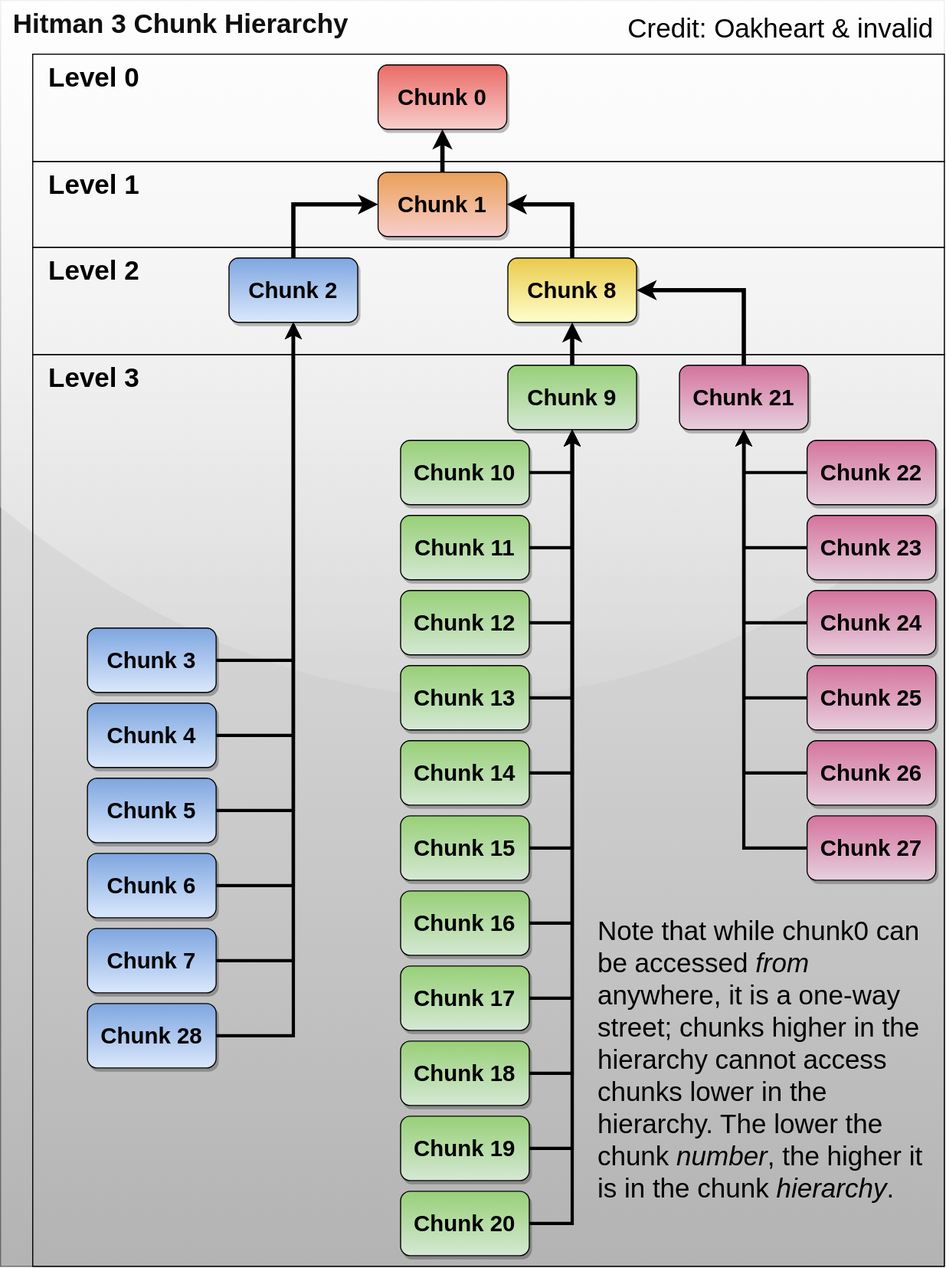
Above: static/media/chunkdata/chunk_data_diagram.svg in glacier-modding/glaciermodding.org (draw.io), before the change. Source tidied: cells renumbered, new cells last; positions are measured from the earlier drawing's top-left corner, leaving out a move shared by most shapes.
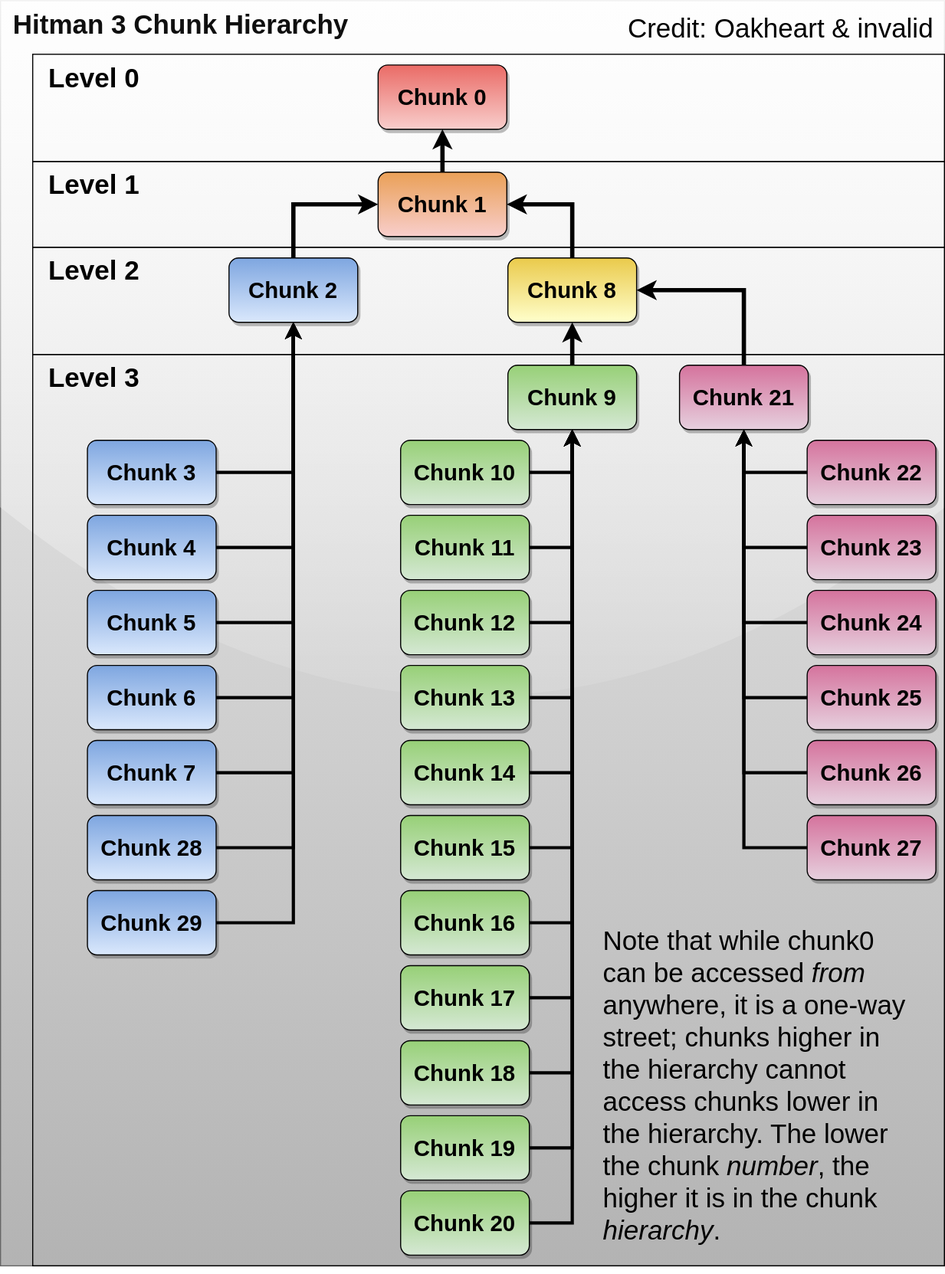
After the change.

Commit message:
add chunk29 to chunk data

The edit, as a diff of the source:
```diff
@@ -48,31 +48,31 @@
       <mxGeometry relative="1" as="geometry" />
     </mxCell>
     <mxCell id="17" value="&lt;div style=&quot;font-size: 21px;&quot;&gt;Chunk 7&lt;br style=&quot;font-size: 21px;&quot;&gt;&lt;/div&gt;" style="rounded=1;whiteSpace=wrap;html=1;flipH=0;flipV=1;fontStyle=1;fontSize=21;shadow=1;fillColor=#dae8fc;gradientColor=#7ea6e0;strokeColor=#000000;" parent="1" vertex="1">
-      <mxGeometry x="81" y="865" width="120" height="60" as="geometry" />
+      <mxGeometry x="81" y="690" width="120" height="60" as="geometry" />
     </mxCell>
     <mxCell id="18" style="edgeStyle=orthogonalEdgeStyle;rounded=0;jettySize=auto;html=1;entryX=0.5;entryY=1;entryDx=0;entryDy=0;strokeWidth=3;" parent="1" edge="1" source="19" target="15">
       <mxGeometry relative="1" as="geometry" />
     </mxCell>
     <mxCell id="19" value="&lt;div style=&quot;font-size: 21px;&quot;&gt;Chunk 6&lt;br style=&quot;font-size: 21px;&quot;&gt;&lt;/div&gt;" style="rounded=1;whiteSpace=wrap;html=1;flipH=0;flipV=1;fontStyle=1;fontSize=21;shadow=1;fillColor=#dae8fc;gradientColor=#7ea6e0;strokeColor=#000000;" parent="1" vertex="1">
-      <mxGeometry x="81" y="795" width="120" height="60" as="geometry" />
+      <mxGeometry x="81" y="620" width="120" height="60" as="geometry" />
     </mxCell>
     <mxCell id="20" style="edgeStyle=orthogonalEdgeStyle;rounded=0;jettySize=auto;html=1;entryX=0.5;entryY=1;entryDx=0;entryDy=0;strokeWidth=3;" parent="1" edge="1" source="21" target="15">
       <mxGeometry relative="1" as="geometry" />
     </mxCell>
     <mxCell id="21" value="&lt;div style=&quot;font-size: 21px;&quot;&gt;Chunk 5&lt;br style=&quot;font-size: 21px;&quot;&gt;&lt;/div&gt;" style="rounded=1;whiteSpace=wrap;html=1;flipH=0;flipV=1;fontStyle=1;fontSize=21;shadow=1;fillColor=#dae8fc;gradientColor=#7ea6e0;strokeColor=#000000;" parent="1" vertex="1">
-      <mxGeometry x="81" y="725" width="120" height="60" as="geometry" />
+      <mxGeometry x="81" y="550" width="120" height="60" as="geometry" />
     </mxCell>
     <mxCell id="22" style="edgeStyle=orthogonalEdgeStyle;rounded=0;jettySize=auto;html=1;entryX=0.5;entryY=1;entryDx=0;entryDy=0;strokeWidth=3;" parent="1" edge="1" source="23" target="15">
       <mxGeometry relative="1" as="geometry" />
     </mxCell>
     <mxCell id="23" value="&lt;div style=&quot;font-size: 21px;&quot;&gt;Chunk 4&lt;br style=&quot;font-size: 21px;&quot;&gt;&lt;/div&gt;" style="rounded=1;whiteSpace=wrap;html=1;flipH=0;flipV=1;fontStyle=1;fontSize=21;shadow=1;fillColor=#dae8fc;gradientColor=#7ea6e0;strokeColor=#000000;" parent="1" vertex="1">
-      <mxGeometry x="81" y="655" width="120" height="60" as="geometry" />
+      <mxGeometry x="81" y="480" width="120" height="60" as="geometry" />
     </mxCell>
     <mxCell id="24" style="edgeStyle=orthogonalEdgeStyle;rounded=0;jettySize=auto;html=1;strokeWidth=3;" parent="1" edge="1" source="25" target="15">
       <mxGeometry relative="1" as="geometry" />
     </mxCell>
     <mxCell id="25" value="&lt;div style=&quot;font-size: 21px;&quot;&gt;Chunk 3&lt;br style=&quot;font-size: 21px;&quot;&gt;&lt;/div&gt;" style="rounded=1;whiteSpace=wrap;html=1;flipH=0;flipV=1;fontStyle=1;fontSize=21;shadow=1;fillColor=#dae8fc;gradientColor=#7ea6e0;strokeColor=#000000;" parent="1" vertex="1">
-      <mxGeometry x="81" y="585" width="120" height="60" as="geometry" />
+      <mxGeometry x="81" y="410" width="120" height="60" as="geometry" />
     </mxCell>
     <mxCell id="26" value="&lt;div style=&quot;font-size: 21px;&quot;&gt;Chunk 9&lt;br style=&quot;font-size: 21px;&quot;&gt;&lt;/div&gt;" style="rounded=1;whiteSpace=wrap;html=1;flipH=0;flipV=1;fontStyle=1;fontSize=21;fillColor=#d5e8d4;strokeColor=#000000;gradientColor=#97d077;shadow=1;" parent="1" vertex="1">
       <mxGeometry x="473" y="340" width="120" height="60" as="geometry" />
@@ -182,17 +182,25 @@
     <mxCell id="61" value="&lt;div style=&quot;font-size: 21px;&quot;&gt;Chunk 27&lt;br style=&quot;font-size: 21px;&quot;&gt;&lt;/div&gt;" style="rounded=1;whiteSpace=wrap;html=1;flipH=0;flipV=1;fontStyle=1;fontSize=21;shadow=1;fillColor=#e6d0de;gradientColor=#d5739d;strokeColor=#000000;" parent="1" vertex="1">
       <mxGeometry x="752" y="760" width="120" height="60" as="geometry" />
     </mxCell>
-    <mxCell id="62" value="&lt;p style=&quot;&quot; class=&quot;root-block-node&quot;&gt;&lt;span style=&quot;&quot;&gt;Note that while chunk0 can be accessed &lt;i&gt;from&lt;/i&gt; anywhere, it is a one-way street; chunks higher in the hierarchy cannot access chunks lower in the hierarchy. The lower the chunk &lt;i&gt;number&lt;/i&gt;, the higher it is in the chunk&lt;i&gt; hierarchy&lt;/i&gt;.&lt;/span&gt;&lt;br&gt;&lt;/p&gt;" style="text;whiteSpace=wrap;html=1;fontSize=25;" parent="1" vertex="1">
-      <mxGeometry x="555" y="820" width="317" height="260" as="geometry" />
+    <mxCell id="62" value="&lt;p style=&quot;&quot; class=&quot;root-block-node&quot;&gt;Note that while chunk0 can be accessed &lt;i&gt;from&lt;/i&gt; anywhere, it is a one-way street; chunks higher in the hierarchy cannot access chunks lower in the hierarchy. The lower the chunk &lt;i&gt;number&lt;/i&gt;, the higher it is in the chunk &lt;i&gt;hierarchy&lt;/i&gt;.&lt;br&gt;&lt;/p&gt;" style="text;whiteSpace=wrap;html=1;fontSize=25;" parent="1" vertex="1">
+      <mxGeometry x="560" y="830" width="300" height="250" as="geometry" />
     </mxCell>
     <mxCell id="63" value="Credit: Oakheart &amp;amp; invalid " style="text;whiteSpace=wrap;html=1;fontSize=25;align=right;verticalAlign=middle;" parent="1" vertex="1">
       <mxGeometry x="574" width="298" height="50" as="geometry" />
     </mxCell>
-    <mxCell id="64" style="edgeStyle=orthogonalEdgeStyle;rounded=0;jettySize=auto;html=1;entryX=0.5;entryY=1;entryDx=0;entryDy=0;strokeWidth=3;" parent="1" edge="1" source="65" target="15">
+    <mxCell id="64" style="edgeStyle=orthogonalEdgeStyle;rounded=0;jettySize=auto;html=1;strokeWidth=3;entryX=0.5;entryY=1;entryDx=0;entryDy=0;" parent="1" edge="1" source="65" target="15">
       <mxGeometry relative="1" as="geometry" />
     </mxCell>
-    <mxCell id="65" value="&lt;div style=&quot;font-size: 21px;&quot;&gt;Chunk 28&lt;br style=&quot;font-size: 21px;&quot;&gt;&lt;/div&gt;" style="rounded=1;whiteSpace=wrap;html=1;flipH=0;flipV=1;fontStyle=1;fontSize=21;shadow=1;fillColor=#dae8fc;gradientColor=#7ea6e0;strokeColor=#000000;" parent="1" vertex="1">
-      <mxGeometry x="81" y="935" width="120" height="60" as="geometry" />
+    <mxCell id="65" value="&lt;div style=&quot;font-size: 21px;&quot;&gt;Chunk 28&lt;/div&gt;" style="rounded=1;whiteSpace=wrap;html=1;flipH=0;flipV=1;fontStyle=1;fontSize=21;shadow=1;fillColor=#dae8fc;gradientColor=#7ea6e0;strokeColor=#000000;" parent="1" vertex="1">
+      <mxGeometry x="81" y="760" width="120" height="60" as="geometry" />
     </mxCell>
+    <mxCell id="66" value="&lt;div style=&quot;font-size: 21px;&quot;&gt;Chunk 29&lt;/div&gt;" style="rounded=1;whiteSpace=wrap;html=1;flipH=0;flipV=1;fontStyle=1;fontSize=21;shadow=1;fillColor=#dae8fc;gradientColor=#7ea6e0;strokeColor=#000000;" parent="1" vertex="1">
+      <mxGeometry x="81" y="830" width="120" height="60" as="geometry" />
+    </mxCell>
+    <mxCell id="67" style="edgeStyle=orthogonalEdgeStyle;rounded=0;jettySize=auto;html=1;strokeWidth=3;entryX=0.5;entryY=1;entryDx=0;entryDy=0;" parent="1" edge="1" source="66">
+      <mxGeometry relative="1" as="geometry">
+        <mxPoint x="273" y="300" as="targetPoint" />
+      </mxGeometry>
+    </mxCell>
   </root>
 </mxGraphModel>
```
